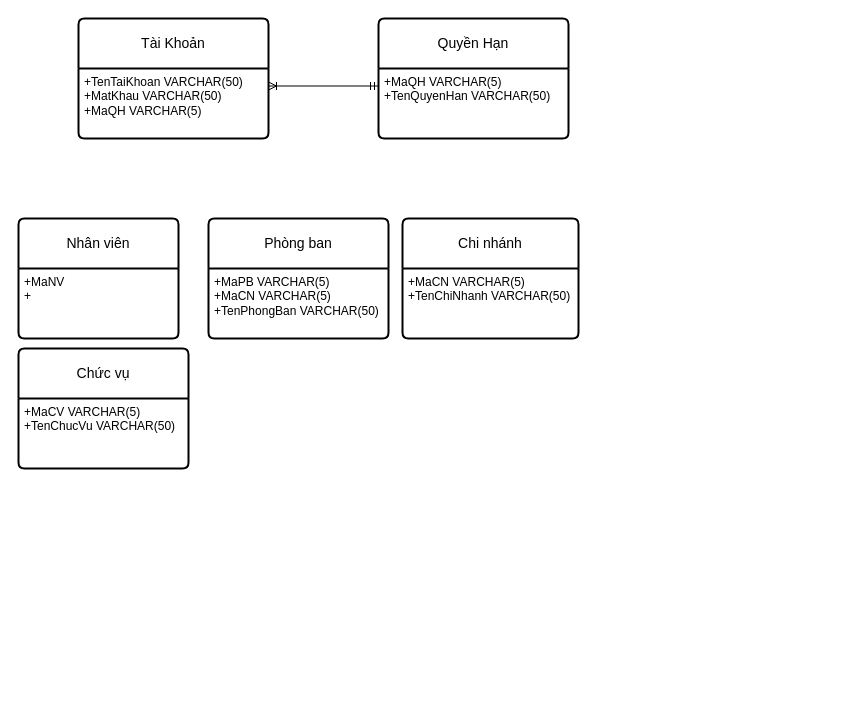
Above: Untitled Diagram.drawio in dunkvippro/Quanlythuexe (draw.io), before the change. Source tidied: cells renumbered, new cells numbered last; positions are measured from the earlier drawing's top-left corner, leaving out a move shared by most shapes. Both pictures are drawn from the tidied source at 100%, with x=0, y=0 at pixel (18, 18).
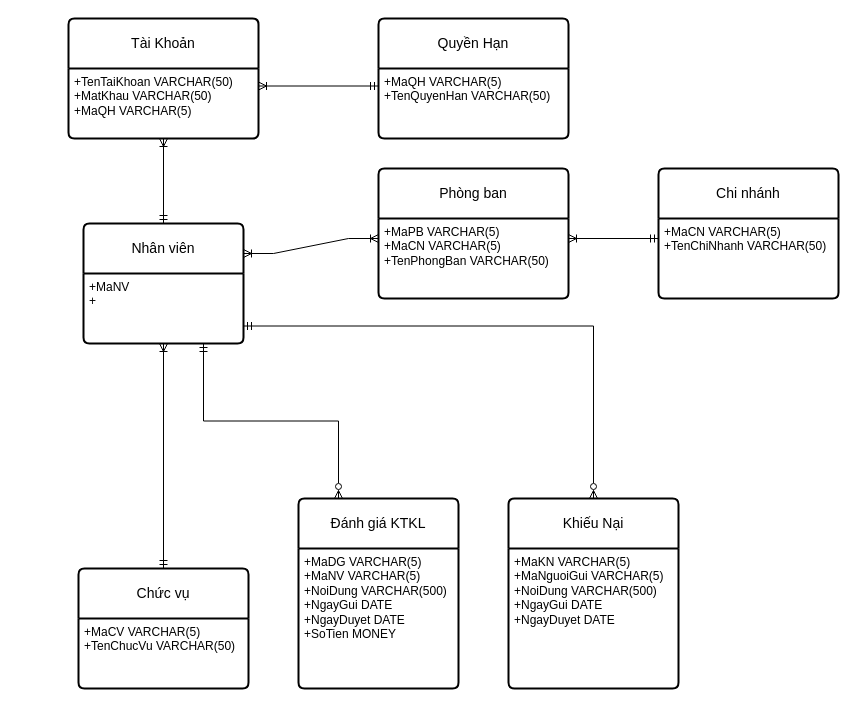
The same page after the edit.

The change refers to these unchanged cells:
```xml
<mxCell id="3" value="+TenTaiKhoan VARCHAR(50)&lt;br&gt;+MatKhau VARCHAR(50)&lt;br&gt;+MaQH VARCHAR(5)" style="align=left;strokeColor=none;fillColor=none;spacingLeft=4;fontSize=12;verticalAlign=top;html=1;" parent="2" vertex="1">
  <mxGeometry y="50" width="190" height="70" as="geometry" />
</mxCell>
<mxCell id="8" value="+MaNV&amp;nbsp;&lt;br&gt;+" style="align=left;strokeColor=none;fillColor=none;spacingLeft=4;fontSize=12;verticalAlign=top;html=1;" parent="7" vertex="1">
  <mxGeometry y="50" width="160" height="70" as="geometry" />
</mxCell>
```

Change to the diagram source:
```diff
@@
     <mxCell id="2" value="Tài Khoản" style="swimlane;horizontal=1;startSize=50;rounded=1;fontSize=14;fontStyle=0;strokeWidth=2;shadow=0;dashed=0;align=center;arcSize=4;whiteSpace=wrap;html=1;" parent="1" vertex="1">
-      <mxGeometry x="60" width="190" height="120" as="geometry" />
+      <mxGeometry x="50" width="190" height="120" as="geometry" />
     </mxCell>
@@
     <mxCell id="7" value="Nhân viên" style="swimlane;horizontal=1;startSize=50;rounded=1;fontSize=14;fontStyle=0;strokeWidth=2;shadow=0;dashed=0;align=center;arcSize=4;whiteSpace=wrap;html=1;" parent="1" vertex="1">
-      <mxGeometry y="200" width="160" height="120" as="geometry" />
+      <mxGeometry x="65" y="205" width="160" height="120" as="geometry" />
     </mxCell>
@@
     <mxCell id="9" value="Phòng ban" style="swimlane;horizontal=1;startSize=50;rounded=1;fontSize=14;fontStyle=0;strokeWidth=2;shadow=0;dashed=0;align=center;arcSize=4;whiteSpace=wrap;html=1;" parent="1" vertex="1">
-      <mxGeometry x="190" y="200" width="180" height="120" as="geometry" />
+      <mxGeometry x="360" y="150" width="190" height="130" as="geometry" />
     </mxCell>
     <mxCell id="10" value="+MaPB VARCHAR(5)&lt;br&gt;+MaCN VARCHAR(5)&lt;br&gt;+TenPhongBan VARCHAR(50)" style="align=left;strokeColor=none;fillColor=none;spacingLeft=4;fontSize=12;verticalAlign=top;html=1;" parent="9" vertex="1">
-      <mxGeometry y="50" width="180" height="70" as="geometry" />
+      <mxGeometry y="50" width="190" height="80" as="geometry" />
     </mxCell>
     <mxCell id="11" value="Chi nhánh" style="swimlane;horizontal=1;startSize=50;rounded=1;fontSize=14;fontStyle=0;strokeWidth=2;shadow=0;dashed=0;align=center;arcSize=4;whiteSpace=wrap;html=1;" parent="1" vertex="1">
-      <mxGeometry x="384" y="200" width="176" height="120" as="geometry" />
+      <mxGeometry x="640" y="150" width="180" height="130" as="geometry" />
     </mxCell>
     <mxCell id="12" value="+MaCN VARCHAR(5)&lt;br&gt;+TenChiNhanh VARCHAR(50)" style="align=left;strokeColor=none;fillColor=none;spacingLeft=4;fontSize=12;verticalAlign=top;html=1;" parent="11" vertex="1">
-      <mxGeometry y="50" width="176" height="70" as="geometry" />
+      <mxGeometry y="50" width="180" height="80" as="geometry" />
     </mxCell>
     <mxCell id="13" value="Chức vụ" style="swimlane;horizontal=1;startSize=50;rounded=1;fontSize=14;fontStyle=0;strokeWidth=2;shadow=0;dashed=0;align=center;arcSize=4;whiteSpace=wrap;html=1;" parent="1" vertex="1">
-      <mxGeometry y="330" width="170" height="120" as="geometry" />
+      <mxGeometry x="60" y="550" width="170" height="120" as="geometry" />
     </mxCell>
@@
+    <mxCell id="15" value="Đánh giá KTKL" style="swimlane;horizontal=1;startSize=50;rounded=1;fontSize=14;fontStyle=0;strokeWidth=2;shadow=0;dashed=0;align=center;arcSize=4;whiteSpace=wrap;html=1;" parent="1" vertex="1">
+      <mxGeometry x="280" y="480" width="160" height="190" as="geometry" />
+    </mxCell>
+    <mxCell id="16" value="+MaDG VARCHAR(5)&lt;br&gt;+MaNV VARCHAR(5)&lt;br&gt;+NoiDung VARCHAR(500)&lt;br&gt;+NgayGui DATE&lt;br&gt;+NgayDuyet DATE&lt;br&gt;+SoTien MONEY" style="align=left;strokeColor=none;fillColor=none;spacingLeft=4;fontSize=12;verticalAlign=top;html=1;" parent="15" vertex="1">
+      <mxGeometry y="50" width="160" height="140" as="geometry" />
+    </mxCell>
+    <mxCell id="17" value="Khiếu Nại" style="swimlane;horizontal=1;startSize=50;rounded=1;fontSize=14;fontStyle=0;strokeWidth=2;shadow=0;dashed=0;align=center;arcSize=4;whiteSpace=wrap;html=1;" parent="1" vertex="1">
+      <mxGeometry x="490" y="480" width="170" height="190" as="geometry" />
+    </mxCell>
+    <mxCell id="18" value="+MaKN VARCHAR(5)&lt;br&gt;+MaNguoiGui VARCHAR(5)&lt;br&gt;+NoiDung VARCHAR(500)&lt;br&gt;+NgayGui DATE&lt;br&gt;+NgayDuyet DATE" style="align=left;strokeColor=none;fillColor=none;spacingLeft=4;fontSize=12;verticalAlign=top;html=1;" parent="17" vertex="1">
+      <mxGeometry y="50" width="170" height="140" as="geometry" />
+    </mxCell>
+    <mxCell id="19" style="fontSize=12;html=1;endArrow=ERmandOne;startArrow=ERoneToMany;rounded=0;entryX=0;entryY=0.25;entryDx=0;entryDy=0;exitX=1;exitY=0.25;exitDx=0;exitDy=0;endFill=0;startFill=0;" parent="1" edge="1" source="10" target="12">
+      <mxGeometry relative="1" as="geometry" />
+    </mxCell>
+    <mxCell id="20" style="fontSize=12;html=1;endArrow=ERoneToMany;startArrow=ERmandOne;rounded=0;entryX=0.5;entryY=1;entryDx=0;entryDy=0;exitX=0.5;exitY=0;exitDx=0;exitDy=0;endFill=0;" parent="1" edge="1" source="13" target="8">
+      <mxGeometry relative="1" as="geometry" />
+    </mxCell>
+    <mxCell id="21" style="fontSize=12;html=1;endArrow=ERoneToMany;startArrow=ERmandOne;rounded=0;entryX=0.5;entryY=1;entryDx=0;entryDy=0;exitX=0.5;exitY=0;exitDx=0;exitDy=0;endFill=0;" parent="1" edge="1" source="7" target="3">
+      <mxGeometry relative="1" as="geometry" />
+    </mxCell>
+    <mxCell id="22" style="edgeStyle=entityRelationEdgeStyle;fontSize=12;html=1;endArrow=ERoneToMany;startArrow=ERoneToMany;rounded=0;entryX=0;entryY=0.25;entryDx=0;entryDy=0;endFill=0;startFill=0;exitX=1;exitY=0.25;exitDx=0;exitDy=0;" parent="1" edge="1" source="7" target="10">
+      <mxGeometry relative="1" as="geometry" />
+    </mxCell>
+    <mxCell id="23" style="edgeStyle=orthogonalEdgeStyle;rounded=0;jettySize=auto;html=1;exitX=0.75;exitY=1;exitDx=0;exitDy=0;entryX=0.25;entryY=0;entryDx=0;entryDy=0;endArrow=ERzeroToMany;endFill=0;startArrow=ERmandOne;startFill=0;" parent="1" edge="1" source="8" target="15">
+      <mxGeometry relative="1" as="geometry" />
+    </mxCell>
+    <mxCell id="24" style="edgeStyle=orthogonalEdgeStyle;rounded=0;jettySize=auto;html=1;exitX=1;exitY=0.75;exitDx=0;exitDy=0;entryX=0.5;entryY=0;entryDx=0;entryDy=0;endArrow=ERzeroToMany;endFill=0;startArrow=ERmandOne;startFill=0;" parent="1" edge="1" source="8" target="17">
+      <mxGeometry relative="1" as="geometry" />
+    </mxCell>
```
